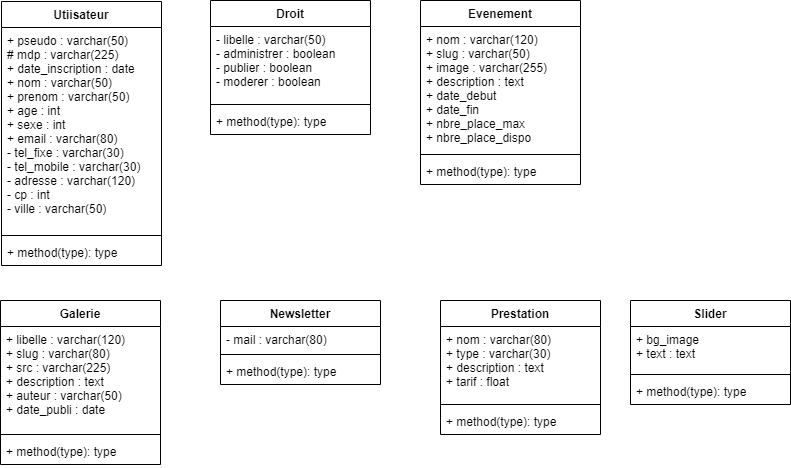
OlivierR68/beaute-naturelle.fr keeps this draw.io diagram as 1_Analyse/4_UML/Classe/Diagramme_de_classe.png. Above is the earlier version. Source tidied: cells renumbered, new cells last; positions are measured from the earlier drawing's top-left corner, leaving out a move shared by most shapes.
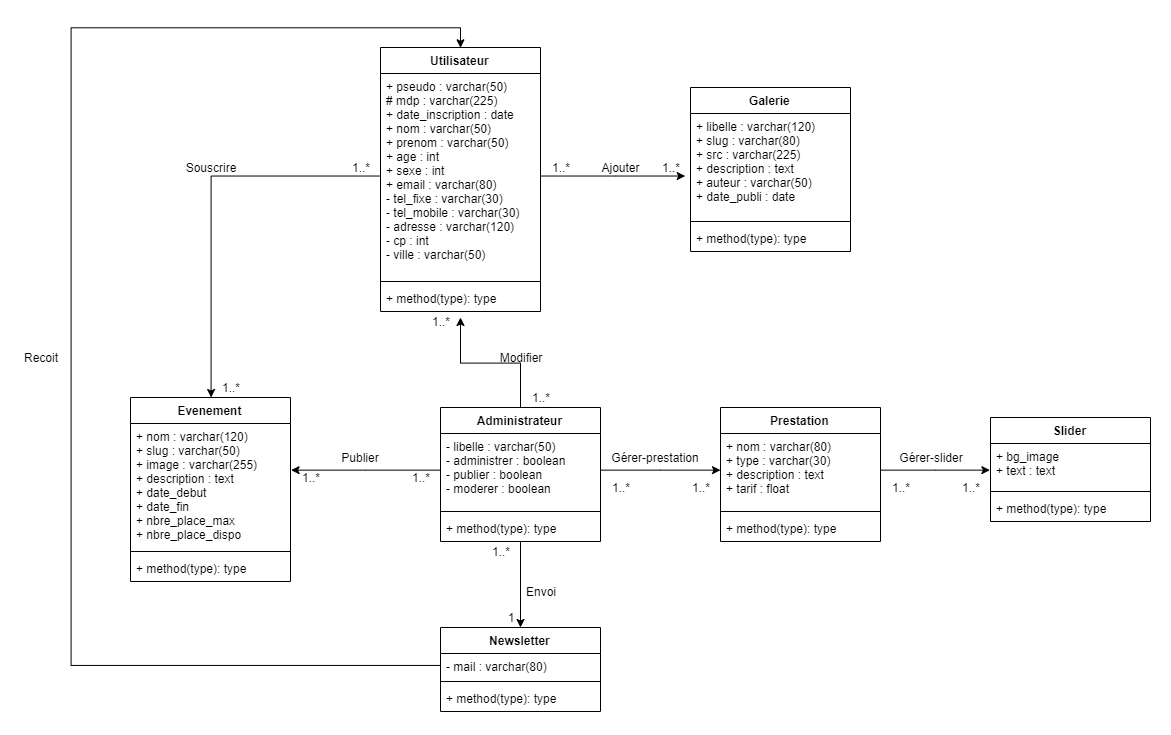
The same file after the commit.

Commit message:
UML - Classe - Ajout des associations

The edit, as a diff of the source:
```diff
@@ -2,8 +2,8 @@
   <root>
     <mxCell id="0" />
     <mxCell id="1" parent="0" />
-    <mxCell id="2" value="Utiisateur" style="swimlane;fontStyle=1;align=center;verticalAlign=top;horizontal=1;startSize=26;" parent="1" vertex="1">
-      <mxGeometry x="1" y="1" width="160" height="264" as="geometry" />
+    <mxCell id="2" value="Utilisateur" style="swimlane;fontStyle=1;align=center;verticalAlign=top;horizontal=1;startSize=26;" parent="1" vertex="1">
+      <mxGeometry y="-110" width="160" height="264" as="geometry" />
     </mxCell>
     <mxCell id="3" value="+ pseudo : varchar(50)&#10;# mdp : varchar(225)&#10;+ date_inscription : date&#10;+ nom : varchar(50)&#10;+ prenom : varchar(50)&#10;+ age : int&#10;+ sexe : int&#10;+ email : varchar(80)&#10;- tel_fixe : varchar(30)&#10;- tel_mobile : varchar(30)&#10;- adresse : varchar(120)&#10;- cp : int&#10;- ville : varchar(50)" style="text;strokeColor=none;fillColor=none;align=left;verticalAlign=top;spacingLeft=4;spacingRight=4;overflow=hidden;points=[[0,0.5],[1,0.5]];portConstraint=eastwest;" parent="2" vertex="1">
       <mxGeometry y="26" width="160" height="204" as="geometry" />
@@ -14,8 +14,13 @@
     <mxCell id="5" value="+ method(type): type" style="text;strokeColor=none;fillColor=none;align=left;verticalAlign=top;spacingLeft=4;spacingRight=4;overflow=hidden;" parent="2" vertex="1">
       <mxGeometry y="238" width="160" height="26" as="geometry" />
     </mxCell>
+    <mxCell id="30" style="edgeStyle=orthogonalEdgeStyle;rounded=0;jettySize=auto;html=1;" parent="1" edge="1" source="6">
+      <mxGeometry relative="1" as="geometry">
+        <mxPoint x="80" y="160" as="targetPoint" />
+      </mxGeometry>
+    </mxCell>
-    <mxCell id="6" value="Droit" style="swimlane;fontStyle=1;align=center;verticalAlign=top;horizontal=1;startSize=26;" parent="1" vertex="1">
-      <mxGeometry x="210" width="160" height="134" as="geometry" />
+    <mxCell id="6" value="Administrateur" style="swimlane;fontStyle=1;align=center;verticalAlign=top;horizontal=1;startSize=26;" parent="1" vertex="1">
+      <mxGeometry x="60" y="250" width="160" height="134" as="geometry" />
     </mxCell>
     <mxCell id="7" value="- libelle : varchar(50)&#10;- administrer : boolean&#10;- publier : boolean &#10;- moderer : boolean" style="text;strokeColor=none;fillColor=none;align=left;verticalAlign=top;spacingLeft=4;spacingRight=4;overflow=hidden;points=[[0,0.5],[1,0.5]];portConstraint=eastwest;" parent="6" vertex="1">
       <mxGeometry y="26" width="160" height="74" as="geometry" />
@@ -26,8 +31,11 @@
     <mxCell id="9" value="+ method(type): type" style="text;strokeColor=none;fillColor=none;align=left;verticalAlign=top;spacingLeft=4;spacingRight=4;overflow=hidden;" parent="6" vertex="1">
       <mxGeometry y="108" width="160" height="26" as="geometry" />
     </mxCell>
+    <mxCell id="31" style="edgeStyle=orthogonalEdgeStyle;rounded=0;jettySize=auto;html=1;entryX=0;entryY=0.5;entryDx=0;entryDy=0;startArrow=classic;startFill=1;endArrow=none;endFill=0;" parent="1" edge="1" source="10" target="3">
+      <mxGeometry relative="1" as="geometry" />
+    </mxCell>
     <mxCell id="10" value="Evenement" style="swimlane;fontStyle=1;align=center;verticalAlign=top;horizontal=1;startSize=26;" parent="1" vertex="1">
-      <mxGeometry x="420" width="160" height="184" as="geometry" />
+      <mxGeometry x="-250" y="240" width="160" height="184" as="geometry" />
     </mxCell>
     <mxCell id="11" value="+ nom : varchar(120)&#10;+ slug : varchar(50)&#10;+ image : varchar(255)&#10;+ description : text&#10;+ date_debut&#10;+ date_fin&#10;+ nbre_place_max&#10;+ nbre_place_dispo" style="text;strokeColor=none;fillColor=none;align=left;verticalAlign=top;spacingLeft=4;spacingRight=4;overflow=hidden;points=[[0,0.5],[1,0.5]];portConstraint=eastwest;" parent="10" vertex="1">
       <mxGeometry y="26" width="160" height="124" as="geometry" />
@@ -39,7 +47,7 @@
       <mxGeometry y="158" width="160" height="26" as="geometry" />
     </mxCell>
     <mxCell id="14" value="Galerie" style="swimlane;fontStyle=1;align=center;verticalAlign=top;horizontal=1;startSize=26;" parent="1" vertex="1">
-      <mxGeometry y="300" width="160" height="164" as="geometry" />
+      <mxGeometry x="310" y="-70" width="160" height="164" as="geometry" />
     </mxCell>
     <mxCell id="15" value="+ libelle : varchar(120)&#10;+ slug : varchar(80)&#10;+ src : varchar(225)&#10;+ description : text&#10;+ auteur : varchar(50)&#10;+ date_publi : date" style="text;strokeColor=none;fillColor=none;align=left;verticalAlign=top;spacingLeft=4;spacingRight=4;overflow=hidden;points=[[0,0.5],[1,0.5]];portConstraint=eastwest;" parent="14" vertex="1">
       <mxGeometry y="26" width="160" height="104" as="geometry" />
@@ -50,8 +58,11 @@
     <mxCell id="17" value="+ method(type): type" style="text;strokeColor=none;fillColor=none;align=left;verticalAlign=top;spacingLeft=4;spacingRight=4;overflow=hidden;" parent="14" vertex="1">
       <mxGeometry y="138" width="160" height="26" as="geometry" />
     </mxCell>
+    <mxCell id="32" style="edgeStyle=orthogonalEdgeStyle;rounded=0;jettySize=auto;html=1;entryX=0.5;entryY=1;entryDx=0;entryDy=0;startArrow=classic;startFill=1;endArrow=none;endFill=0;" parent="1" edge="1" source="18" target="6">
+      <mxGeometry relative="1" as="geometry" />
+    </mxCell>
     <mxCell id="18" value="Newsletter" style="swimlane;fontStyle=1;align=center;verticalAlign=top;horizontal=1;startSize=26;" parent="1" vertex="1">
-      <mxGeometry x="220" y="300" width="160" height="84" as="geometry" />
+      <mxGeometry x="60" y="470" width="160" height="84" as="geometry" />
     </mxCell>
     <mxCell id="19" value="- mail : varchar(80)" style="text;strokeColor=none;fillColor=none;align=left;verticalAlign=top;spacingLeft=4;spacingRight=4;overflow=hidden;points=[[0,0.5],[1,0.5]];portConstraint=eastwest;" parent="18" vertex="1">
       <mxGeometry y="26" width="160" height="24" as="geometry" />
@@ -63,7 +74,7 @@
       <mxGeometry y="58" width="160" height="26" as="geometry" />
     </mxCell>
     <mxCell id="22" value="Prestation" style="swimlane;fontStyle=1;align=center;verticalAlign=top;horizontal=1;startSize=26;" parent="1" vertex="1">
-      <mxGeometry x="440" y="300" width="160" height="134" as="geometry" />
+      <mxGeometry x="340" y="250" width="160" height="134" as="geometry" />
     </mxCell>
     <mxCell id="23" value="+ nom : varchar(80)&#10;+ type : varchar(30)&#10;+ description : text&#10;+ tarif : float" style="text;strokeColor=none;fillColor=none;align=left;verticalAlign=top;spacingLeft=4;spacingRight=4;overflow=hidden;points=[[0,0.5],[1,0.5]];portConstraint=eastwest;" parent="22" vertex="1">
       <mxGeometry y="26" width="160" height="74" as="geometry" />
@@ -75,7 +86,7 @@
       <mxGeometry y="108" width="160" height="26" as="geometry" />
     </mxCell>
     <mxCell id="26" value="Slider" style="swimlane;fontStyle=1;align=center;verticalAlign=top;horizontal=1;startSize=26;" parent="1" vertex="1">
-      <mxGeometry x="630" y="300" width="160" height="104" as="geometry" />
+      <mxGeometry x="610" y="260" width="160" height="104" as="geometry" />
     </mxCell>
     <mxCell id="27" value="+ bg_image&#10;+ text : text" style="text;strokeColor=none;fillColor=none;align=left;verticalAlign=top;spacingLeft=4;spacingRight=4;overflow=hidden;points=[[0,0.5],[1,0.5]];portConstraint=eastwest;" parent="26" vertex="1">
       <mxGeometry y="26" width="160" height="44" as="geometry" />
@@ -86,5 +97,92 @@
     <mxCell id="29" value="+ method(type): type" style="text;strokeColor=none;fillColor=none;align=left;verticalAlign=top;spacingLeft=4;spacingRight=4;overflow=hidden;" parent="26" vertex="1">
       <mxGeometry y="78" width="160" height="26" as="geometry" />
     </mxCell>
+    <mxCell id="33" style="edgeStyle=orthogonalEdgeStyle;rounded=0;jettySize=auto;html=1;entryX=0;entryY=0.5;entryDx=0;entryDy=0;" parent="1" edge="1" source="7" target="23">
+      <mxGeometry relative="1" as="geometry" />
+    </mxCell>
+    <mxCell id="34" style="edgeStyle=orthogonalEdgeStyle;rounded=0;jettySize=auto;html=1;entryX=-0.006;entryY=0.613;entryDx=0;entryDy=0;entryPerimeter=0;" parent="1" edge="1" source="23" target="27">
+      <mxGeometry relative="1" as="geometry" />
+    </mxCell>
+    <mxCell id="35" style="edgeStyle=orthogonalEdgeStyle;rounded=0;jettySize=auto;html=1;entryX=1;entryY=0.379;entryDx=0;entryDy=0;entryPerimeter=0;" parent="1" edge="1" source="7" target="11">
+      <mxGeometry relative="1" as="geometry" />
+    </mxCell>
+    <mxCell id="36" style="edgeStyle=orthogonalEdgeStyle;rounded=0;jettySize=auto;html=1;entryX=-0.031;entryY=0.596;entryDx=0;entryDy=0;entryPerimeter=0;" parent="1" edge="1" source="3" target="15">
+      <mxGeometry relative="1" as="geometry" />
+    </mxCell>
+    <mxCell id="37" value="1" style="text;html=1;strokeColor=none;fillColor=none;align=center;verticalAlign=middle;whiteSpace=wrap;rounded=0;" parent="1" vertex="1">
+      <mxGeometry x="110" y="450" width="40" height="20" as="geometry" />
+    </mxCell>
+    <mxCell id="38" value="1..*" style="text;html=1;strokeColor=none;fillColor=none;align=center;verticalAlign=middle;whiteSpace=wrap;rounded=0;" parent="1" vertex="1">
+      <mxGeometry x="570" y="320" width="40" height="20" as="geometry" />
+    </mxCell>
+    <mxCell id="39" value="1..*" style="text;html=1;strokeColor=none;fillColor=none;align=center;verticalAlign=middle;whiteSpace=wrap;rounded=0;" parent="1" vertex="1">
+      <mxGeometry x="500" y="320" width="40" height="20" as="geometry" />
+    </mxCell>
+    <mxCell id="40" value="1..*" style="text;html=1;strokeColor=none;fillColor=none;align=center;verticalAlign=middle;whiteSpace=wrap;rounded=0;" parent="1" vertex="1">
+      <mxGeometry x="300" y="320" width="40" height="20" as="geometry" />
+    </mxCell>
+    <mxCell id="41" value="1..*" style="text;html=1;strokeColor=none;fillColor=none;align=center;verticalAlign=middle;whiteSpace=wrap;rounded=0;" parent="1" vertex="1">
+      <mxGeometry x="220" y="320" width="40" height="20" as="geometry" />
+    </mxCell>
+    <mxCell id="42" value="1..*" style="text;html=1;strokeColor=none;fillColor=none;align=center;verticalAlign=middle;whiteSpace=wrap;rounded=0;" parent="1" vertex="1">
+      <mxGeometry x="100" y="384" width="40" height="20" as="geometry" />
+    </mxCell>
+    <mxCell id="43" value="1..*" style="text;html=1;strokeColor=none;fillColor=none;align=center;verticalAlign=middle;whiteSpace=wrap;rounded=0;" parent="1" vertex="1">
+      <mxGeometry x="20" y="310" width="40" height="20" as="geometry" />
+    </mxCell>
+    <mxCell id="44" value="1..*" style="text;html=1;strokeColor=none;fillColor=none;align=center;verticalAlign=middle;whiteSpace=wrap;rounded=0;" parent="1" vertex="1">
+      <mxGeometry x="140" y="230" width="40" height="20" as="geometry" />
+    </mxCell>
+    <mxCell id="45" value="1..*" style="text;html=1;strokeColor=none;fillColor=none;align=center;verticalAlign=middle;whiteSpace=wrap;rounded=0;" parent="1" vertex="1">
+      <mxGeometry x="-90" y="310" width="40" height="20" as="geometry" />
+    </mxCell>
+    <mxCell id="46" value="1..*" style="text;html=1;strokeColor=none;fillColor=none;align=center;verticalAlign=middle;whiteSpace=wrap;rounded=0;" parent="1" vertex="1">
+      <mxGeometry x="-170" y="220" width="40" height="20" as="geometry" />
+    </mxCell>
+    <mxCell id="47" value="1..*" style="text;html=1;strokeColor=none;fillColor=none;align=center;verticalAlign=middle;whiteSpace=wrap;rounded=0;" parent="1" vertex="1">
+      <mxGeometry x="-40" width="40" height="20" as="geometry" />
+    </mxCell>
+    <mxCell id="48" value="1..*" style="text;html=1;strokeColor=none;fillColor=none;align=center;verticalAlign=middle;whiteSpace=wrap;rounded=0;" parent="1" vertex="1">
+      <mxGeometry x="40" y="154" width="40" height="20" as="geometry" />
+    </mxCell>
+    <mxCell id="49" value="1..*" style="text;html=1;strokeColor=none;fillColor=none;align=center;verticalAlign=middle;whiteSpace=wrap;rounded=0;" parent="1" vertex="1">
+      <mxGeometry x="160" width="40" height="20" as="geometry" />
+    </mxCell>
+    <mxCell id="50" value="1..*" style="text;html=1;strokeColor=none;fillColor=none;align=center;verticalAlign=middle;whiteSpace=wrap;rounded=0;" parent="1" vertex="1">
+      <mxGeometry x="270" width="40" height="20" as="geometry" />
+    </mxCell>
+    <mxCell id="51" value="Envoi&lt;br&gt;" style="text;html=1;strokeColor=none;fillColor=none;align=center;verticalAlign=middle;whiteSpace=wrap;rounded=0;" parent="1" vertex="1">
+      <mxGeometry x="140" y="424" width="40" height="20" as="geometry" />
+    </mxCell>
+    <mxCell id="52" value="Publier" style="text;html=1;strokeColor=none;fillColor=none;align=center;verticalAlign=middle;whiteSpace=wrap;rounded=0;" parent="1" vertex="1">
+      <mxGeometry x="-40" y="290" width="40" height="20" as="geometry" />
+    </mxCell>
+    <mxCell id="53" value="Gérer-prestation" style="text;html=1;strokeColor=none;fillColor=none;align=center;verticalAlign=middle;whiteSpace=wrap;rounded=0;" parent="1" vertex="1">
+      <mxGeometry x="220" y="290" width="110" height="20" as="geometry" />
+    </mxCell>
+    <mxCell id="54" value="Gérer-slider" style="text;html=1;strokeColor=none;fillColor=none;align=center;verticalAlign=middle;whiteSpace=wrap;rounded=0;" parent="1" vertex="1">
+      <mxGeometry x="510" y="290" width="81.7" height="20" as="geometry" />
+    </mxCell>
+    <mxCell id="55" value="Ajouter" style="text;html=1;strokeColor=none;fillColor=none;align=center;verticalAlign=middle;whiteSpace=wrap;rounded=0;" parent="1" vertex="1">
+      <mxGeometry x="220" width="40" height="20" as="geometry" />
+    </mxCell>
+    <mxCell id="56" value="Souscrire" style="text;html=1;strokeColor=none;fillColor=none;align=center;verticalAlign=middle;whiteSpace=wrap;rounded=0;" parent="1" vertex="1">
+      <mxGeometry x="-190" width="40" height="20" as="geometry" />
+    </mxCell>
+    <mxCell id="57" value="Modifier" style="text;html=1;strokeColor=none;fillColor=none;align=center;verticalAlign=middle;whiteSpace=wrap;rounded=0;" parent="1" vertex="1">
+      <mxGeometry x="85" y="190" width="110" height="20" as="geometry" />
+    </mxCell>
+    <mxCell id="58" style="edgeStyle=orthogonalEdgeStyle;rounded=0;jettySize=auto;html=1;entryX=0.5;entryY=0;entryDx=0;entryDy=0;startArrow=none;startFill=0;endArrow=classic;endFill=1;" parent="1" edge="1" source="19" target="2">
+      <mxGeometry relative="1" as="geometry">
+        <Array as="points">
+          <mxPoint x="-310" y="508" />
+          <mxPoint x="-310" y="-130" />
+          <mxPoint x="80" y="-130" />
+        </Array>
+      </mxGeometry>
+    </mxCell>
+    <mxCell id="59" value="Recoit" style="text;html=1;strokeColor=none;fillColor=none;align=center;verticalAlign=middle;whiteSpace=wrap;rounded=0;" parent="1" vertex="1">
+      <mxGeometry x="-360" y="190" width="40" height="20" as="geometry" />
+    </mxCell>
   </root>
 </mxGraphModel>
```
